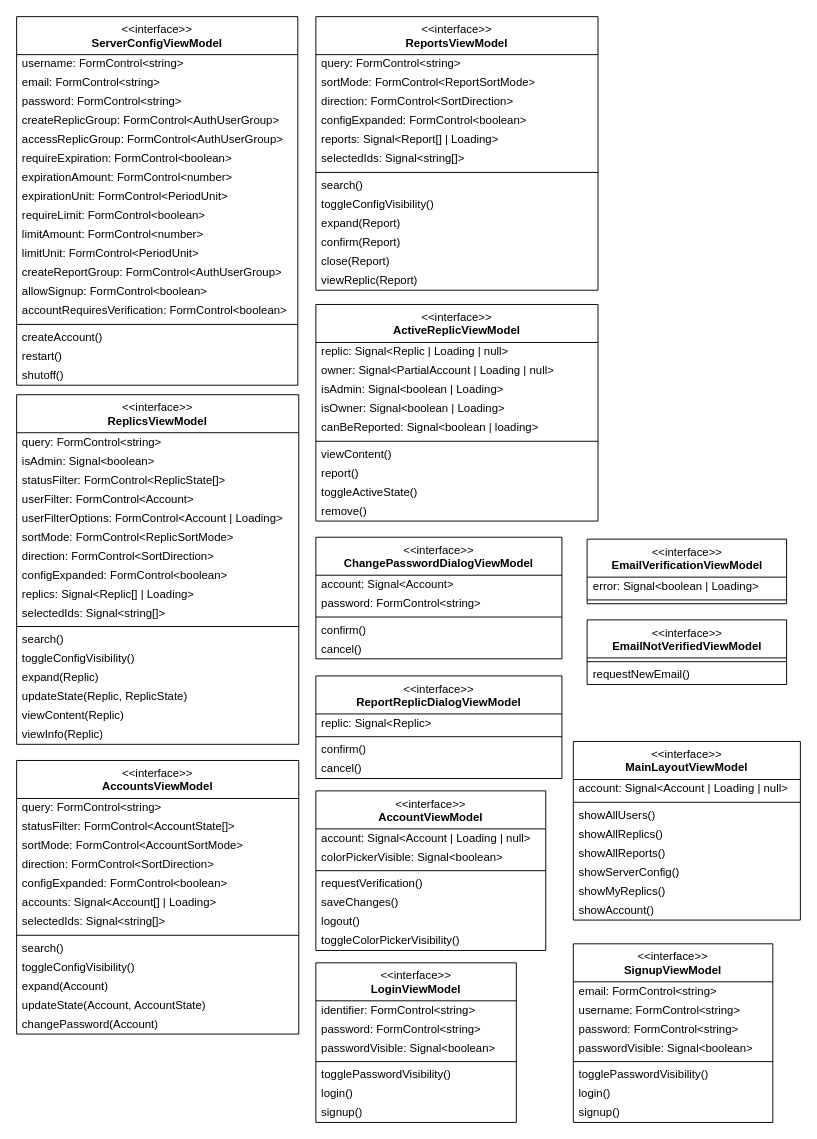
Above: content/drawio/class/client/passive-viewmodel.drawio in replic-read/design (draw.io), before the change. Source tidied: cells renumbered, new cells numbered last; positions are measured from the earlier drawing's top-left corner, leaving out a move shared by most shapes. Both pictures are drawn from the tidied source at 95%, with x=0, y=0 at pixel (16, 16).
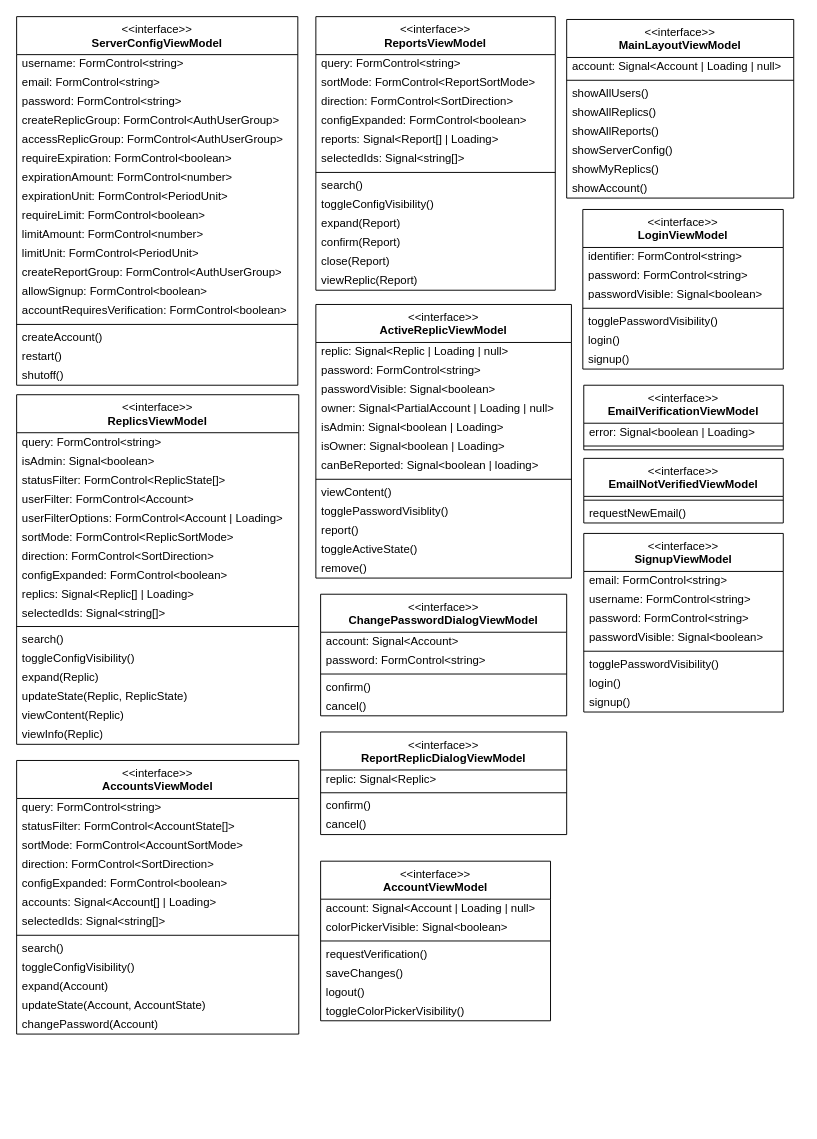
The same page after the edit.

Commit message (it also covers changes not shown here):
Added field for password-textfield on the viewmodel for viewing a replic

The edit, as a diff of the source:
```diff
@@
     <mxCell id="2" value="&amp;lt;&amp;lt;interface&amp;gt;&amp;gt;&lt;br&gt;&lt;b&gt;LoginViewModel&lt;/b&gt;" style="swimlane;fontStyle=0;align=center;verticalAlign=top;horizontal=1;startSize=40;html=1;whiteSpace=wrap;" parent="1" vertex="1">
-      <mxGeometry x="315" y="996" width="211" height="168" as="geometry" />
+      <mxGeometry x="596" y="203" width="211" height="168" as="geometry" />
     </mxCell>
@@
     <mxCell id="10" value="&amp;lt;&amp;lt;interface&amp;gt;&amp;gt;&lt;br&gt;&lt;b&gt;SignupViewModel&lt;/b&gt;" style="swimlane;fontStyle=0;align=center;verticalAlign=top;horizontal=1;startSize=40;html=1;whiteSpace=wrap;" parent="1" vertex="1">
-      <mxGeometry x="586" y="976" width="210" height="188" as="geometry" />
+      <mxGeometry x="597" y="544" width="210" height="188" as="geometry" />
     </mxCell>
@@
     <mxCell id="19" value="&amp;lt;&amp;lt;interface&amp;gt;&amp;gt;&lt;br&gt;&lt;b&gt;AccountViewModel&lt;/b&gt;" style="swimlane;fontStyle=0;align=center;verticalAlign=top;horizontal=1;startSize=40;html=1;whiteSpace=wrap;" parent="1" vertex="1">
-      <mxGeometry x="315" y="815" width="242" height="168" as="geometry" />
+      <mxGeometry x="320" y="889" width="242" height="168" as="geometry" />
     </mxCell>
@@
     <mxCell id="78" value="&amp;lt;&amp;lt;interface&amp;gt;&amp;gt;&lt;br&gt;&lt;b&gt;ReportsViewModel&lt;/b&gt;" style="swimlane;fontStyle=0;align=center;verticalAlign=top;horizontal=1;startSize=40;html=1;whiteSpace=wrap;" parent="1" vertex="1">
-      <mxGeometry x="315" width="297" height="288" as="geometry" />
+      <mxGeometry x="315" width="252" height="288" as="geometry" />
     </mxCell>
     <mxCell id="79" value="query: FormControl&amp;lt;string&amp;gt;" style="text;html=1;strokeColor=none;fillColor=none;align=left;verticalAlign=middle;spacingLeft=4;spacingRight=4;overflow=hidden;whiteSpace=wrap;" parent="78" vertex="1">
-      <mxGeometry y="40" width="297" height="20" as="geometry" />
+      <mxGeometry y="40" width="252" height="20" as="geometry" />
     </mxCell>
     <mxCell id="80" value="sortMode: FormControl&amp;lt;ReportSortMode&amp;gt;" style="text;html=1;strokeColor=none;fillColor=none;align=left;verticalAlign=middle;spacingLeft=4;spacingRight=4;overflow=hidden;whiteSpace=wrap;" parent="78" vertex="1">
-      <mxGeometry y="60" width="297" height="20" as="geometry" />
+      <mxGeometry y="60" width="252" height="20" as="geometry" />
     </mxCell>
     <mxCell id="81" value="direction: FormControl&amp;lt;SortDirection&amp;gt;" style="text;html=1;strokeColor=none;fillColor=none;align=left;verticalAlign=middle;spacingLeft=4;spacingRight=4;overflow=hidden;whiteSpace=wrap;" parent="78" vertex="1">
-      <mxGeometry y="80" width="297" height="20" as="geometry" />
+      <mxGeometry y="80" width="252" height="20" as="geometry" />
     </mxCell>
     <mxCell id="82" value="configExpanded: FormControl&amp;lt;boolean&amp;gt;" style="text;html=1;strokeColor=none;fillColor=none;align=left;verticalAlign=middle;spacingLeft=4;spacingRight=4;overflow=hidden;whiteSpace=wrap;" parent="78" vertex="1">
-      <mxGeometry y="100" width="297" height="20" as="geometry" />
+      <mxGeometry y="100" width="252" height="20" as="geometry" />
     </mxCell>
     <mxCell id="83" value="reports: Signal&amp;lt;Report[] | Loading&amp;gt;" style="text;html=1;strokeColor=none;fillColor=none;align=left;verticalAlign=middle;spacingLeft=4;spacingRight=4;overflow=hidden;whiteSpace=wrap;" parent="78" vertex="1">
-      <mxGeometry y="120" width="297" height="20" as="geometry" />
+      <mxGeometry y="120" width="252" height="20" as="geometry" />
     </mxCell>
     <mxCell id="84" value="selectedIds: Signal&amp;lt;string[]&amp;gt;" style="text;html=1;strokeColor=none;fillColor=none;align=left;verticalAlign=middle;spacingLeft=4;spacingRight=4;overflow=hidden;whiteSpace=wrap;" parent="78" vertex="1">
-      <mxGeometry y="140" width="297" height="20" as="geometry" />
+      <mxGeometry y="140" width="252" height="20" as="geometry" />
     </mxCell>
     <mxCell id="85" style="line;strokeWidth=1;fillColor=none;align=left;verticalAlign=middle;spacingTop=-1;spacingLeft=3;spacingRight=3;labelPosition=right;" parent="78" vertex="1">
-      <mxGeometry y="160" width="297" height="8" as="geometry" />
+      <mxGeometry y="160" width="252" height="8" as="geometry" />
     </mxCell>
     <mxCell id="86" value="search()" style="text;html=1;strokeColor=none;fillColor=none;align=left;verticalAlign=middle;spacingLeft=4;spacingRight=4;overflow=hidden;whiteSpace=wrap;" parent="78" vertex="1">
-      <mxGeometry y="168" width="297" height="20" as="geometry" />
+      <mxGeometry y="168" width="252" height="20" as="geometry" />
     </mxCell>
     <mxCell id="87" value="toggleConfigVisibility()" style="text;html=1;strokeColor=none;fillColor=none;align=left;verticalAlign=middle;spacingLeft=4;spacingRight=4;overflow=hidden;whiteSpace=wrap;" parent="78" vertex="1">
-      <mxGeometry y="188" width="297" height="20" as="geometry" />
+      <mxGeometry y="188" width="252" height="20" as="geometry" />
     </mxCell>
     <mxCell id="88" value="expand(Report)" style="text;html=1;strokeColor=none;fillColor=none;align=left;verticalAlign=middle;spacingLeft=4;spacingRight=4;overflow=hidden;whiteSpace=wrap;" parent="78" vertex="1">
-      <mxGeometry y="208" width="297" height="20" as="geometry" />
+      <mxGeometry y="208" width="252" height="20" as="geometry" />
     </mxCell>
     <mxCell id="89" value="confirm(Report)" style="text;html=1;strokeColor=none;fillColor=none;align=left;verticalAlign=middle;spacingLeft=4;spacingRight=4;overflow=hidden;whiteSpace=wrap;" parent="78" vertex="1">
-      <mxGeometry y="228" width="297" height="20" as="geometry" />
+      <mxGeometry y="228" width="252" height="20" as="geometry" />
     </mxCell>
     <mxCell id="90" value="close(Report)" style="text;html=1;strokeColor=none;fillColor=none;align=left;verticalAlign=middle;spacingLeft=4;spacingRight=4;overflow=hidden;whiteSpace=wrap;" parent="78" vertex="1">
-      <mxGeometry y="248" width="297" height="20" as="geometry" />
+      <mxGeometry y="248" width="252" height="20" as="geometry" />
     </mxCell>
     <mxCell id="91" value="viewReplic(Report)" style="text;html=1;strokeColor=none;fillColor=none;align=left;verticalAlign=middle;spacingLeft=4;spacingRight=4;overflow=hidden;whiteSpace=wrap;" parent="78" vertex="1">
-      <mxGeometry y="268" width="297" height="20" as="geometry" />
+      <mxGeometry y="268" width="252" height="20" as="geometry" />
     </mxCell>
     <mxCell id="92" value="&amp;lt;&amp;lt;interface&amp;gt;&amp;gt;&lt;br&gt;&lt;b&gt;ActiveReplicViewModel&lt;/b&gt;" style="swimlane;fontStyle=0;align=center;verticalAlign=top;horizontal=1;startSize=40;html=1;whiteSpace=wrap;" parent="1" vertex="1">
-      <mxGeometry x="315" y="303" width="297" height="228" as="geometry" />
+      <mxGeometry x="315" y="303" width="269" height="288" as="geometry" />
     </mxCell>
     <mxCell id="93" value="replic: Signal&amp;lt;Replic | Loading | null&amp;gt;" style="text;html=1;strokeColor=none;fillColor=none;align=left;verticalAlign=middle;spacingLeft=4;spacingRight=4;overflow=hidden;whiteSpace=wrap;" parent="92" vertex="1">
-      <mxGeometry y="40" width="297" height="20" as="geometry" />
+      <mxGeometry y="40" width="269" height="20" as="geometry" />
     </mxCell>
+    <mxCell id="129" value="password: FormControl&amp;lt;string&amp;gt;" style="text;html=1;strokeColor=none;fillColor=none;align=left;verticalAlign=middle;spacingLeft=4;spacingRight=4;overflow=hidden;whiteSpace=wrap;" parent="92" vertex="1">
+      <mxGeometry y="60" width="269" height="20" as="geometry" />
+    </mxCell>
+    <mxCell id="130" value="passwordVisible: Signal&amp;lt;boolean&amp;gt;" style="text;html=1;strokeColor=none;fillColor=none;align=left;verticalAlign=middle;spacingLeft=4;spacingRight=4;overflow=hidden;whiteSpace=wrap;" parent="92" vertex="1">
+      <mxGeometry y="80" width="269" height="20" as="geometry" />
+    </mxCell>
     <mxCell id="94" value="owner: Signal&amp;lt;PartialAccount | Loading | null&amp;gt;" style="text;html=1;strokeColor=none;fillColor=none;align=left;verticalAlign=middle;spacingLeft=4;spacingRight=4;overflow=hidden;whiteSpace=wrap;" parent="92" vertex="1">
-      <mxGeometry y="60" width="297" height="20" as="geometry" />
+      <mxGeometry y="100" width="269" height="20" as="geometry" />
     </mxCell>
     <mxCell id="95" value="isAdmin: Signal&amp;lt;boolean | Loading&amp;gt;" style="text;html=1;strokeColor=none;fillColor=none;align=left;verticalAlign=middle;spacingLeft=4;spacingRight=4;overflow=hidden;whiteSpace=wrap;" parent="92" vertex="1">
-      <mxGeometry y="80" width="297" height="20" as="geometry" />
+      <mxGeometry y="120" width="269" height="20" as="geometry" />
     </mxCell>
     <mxCell id="96" value="isOwner: Signal&amp;lt;boolean | Loading&amp;gt;" style="text;html=1;strokeColor=none;fillColor=none;align=left;verticalAlign=middle;spacingLeft=4;spacingRight=4;overflow=hidden;whiteSpace=wrap;" parent="92" vertex="1">
-      <mxGeometry y="100" width="297" height="20" as="geometry" />
+      <mxGeometry y="140" width="269" height="20" as="geometry" />
     </mxCell>
     <mxCell id="97" value="canBeReported: Signal&amp;lt;boolean | loading&amp;gt;" style="text;html=1;strokeColor=none;fillColor=none;align=left;verticalAlign=middle;spacingLeft=4;spacingRight=4;overflow=hidden;whiteSpace=wrap;" parent="92" vertex="1">
-      <mxGeometry y="120" width="297" height="20" as="geometry" />
+      <mxGeometry y="160" width="269" height="20" as="geometry" />
     </mxCell>
     <mxCell id="98" style="line;strokeWidth=1;fillColor=none;align=left;verticalAlign=middle;spacingTop=-1;spacingLeft=3;spacingRight=3;labelPosition=right;" parent="92" vertex="1">
-      <mxGeometry y="140" width="297" height="8" as="geometry" />
+      <mxGeometry y="180" width="269" height="8" as="geometry" />
     </mxCell>
     <mxCell id="99" value="viewContent()" style="text;html=1;strokeColor=none;fillColor=none;align=left;verticalAlign=middle;spacingLeft=4;spacingRight=4;overflow=hidden;whiteSpace=wrap;" parent="92" vertex="1">
-      <mxGeometry y="148" width="297" height="20" as="geometry" />
+      <mxGeometry y="188" width="269" height="20" as="geometry" />
     </mxCell>
+    <mxCell id="131" value="togglePasswordVisiblity()" style="text;html=1;strokeColor=none;fillColor=none;align=left;verticalAlign=middle;spacingLeft=4;spacingRight=4;overflow=hidden;whiteSpace=wrap;" parent="92" vertex="1">
+      <mxGeometry y="208" width="269" height="20" as="geometry" />
+    </mxCell>
     <mxCell id="100" value="report()" style="text;html=1;strokeColor=none;fillColor=none;align=left;verticalAlign=middle;spacingLeft=4;spacingRight=4;overflow=hidden;whiteSpace=wrap;" parent="92" vertex="1">
-      <mxGeometry y="168" width="297" height="20" as="geometry" />
+      <mxGeometry y="228" width="269" height="20" as="geometry" />
     </mxCell>
     <mxCell id="101" value="toggleActiveState()" style="text;html=1;strokeColor=none;fillColor=none;align=left;verticalAlign=middle;spacingLeft=4;spacingRight=4;overflow=hidden;whiteSpace=wrap;" parent="92" vertex="1">
-      <mxGeometry y="188" width="297" height="20" as="geometry" />
+      <mxGeometry y="248" width="269" height="20" as="geometry" />
     </mxCell>
     <mxCell id="102" value="remove()" style="text;html=1;strokeColor=none;fillColor=none;align=left;verticalAlign=middle;spacingLeft=4;spacingRight=4;overflow=hidden;whiteSpace=wrap;" parent="92" vertex="1">
-      <mxGeometry y="208" width="297" height="20" as="geometry" />
+      <mxGeometry y="268" width="269" height="20" as="geometry" />
     </mxCell>
     <mxCell id="103" value="&amp;lt;&amp;lt;interface&amp;gt;&amp;gt;&lt;br&gt;&lt;b&gt;ChangePasswordDialogViewModel&lt;/b&gt;" style="swimlane;fontStyle=0;align=center;verticalAlign=top;horizontal=1;startSize=40;html=1;whiteSpace=wrap;" parent="1" vertex="1">
-      <mxGeometry x="315" y="548" width="259" height="128" as="geometry" />
+      <mxGeometry x="320" y="608" width="259" height="128" as="geometry" />
     </mxCell>
@@
     <mxCell id="109" value="&amp;lt;&amp;lt;interface&amp;gt;&amp;gt;&lt;br&gt;&lt;b&gt;ReportReplicDialogViewModel&lt;/b&gt;" style="swimlane;fontStyle=0;align=center;verticalAlign=top;horizontal=1;startSize=40;html=1;whiteSpace=wrap;" parent="1" vertex="1">
-      <mxGeometry x="315" y="694" width="259" height="108" as="geometry" />
+      <mxGeometry x="320" y="753" width="259" height="108" as="geometry" />
     </mxCell>
@@
     <mxCell id="114" value="&amp;lt;&amp;lt;interface&amp;gt;&amp;gt;&lt;br&gt;&lt;b&gt;MainLayoutViewModel&lt;/b&gt;" style="swimlane;fontStyle=0;align=center;verticalAlign=top;horizontal=1;startSize=40;html=1;whiteSpace=wrap;" parent="1" vertex="1">
-      <mxGeometry x="586" y="763" width="239" height="188" as="geometry" />
+      <mxGeometry x="579" y="3" width="239" height="188" as="geometry" />
     </mxCell>
@@
     <mxCell id="123" value="&amp;lt;&amp;lt;interface&amp;gt;&amp;gt;&lt;br&gt;&lt;b&gt;EmailVerificationViewModel&lt;/b&gt;" style="swimlane;fontStyle=0;align=center;verticalAlign=top;horizontal=1;startSize=40;html=1;whiteSpace=wrap;" parent="1" vertex="1">
-      <mxGeometry x="600.5" y="550" width="210" height="68" as="geometry" />
+      <mxGeometry x="597" y="388" width="210" height="68" as="geometry" />
     </mxCell>
@@
     <mxCell id="126" value="&amp;lt;&amp;lt;interface&amp;gt;&amp;gt;&lt;br&gt;&lt;b&gt;EmailNotVerifiedViewModel&lt;/b&gt;" style="swimlane;fontStyle=0;align=center;verticalAlign=top;horizontal=1;startSize=40;html=1;whiteSpace=wrap;" parent="1" vertex="1">
-      <mxGeometry x="600.5" y="635" width="210" height="68" as="geometry" />
+      <mxGeometry x="597" y="465" width="210" height="68" as="geometry" />
     </mxCell>
```
